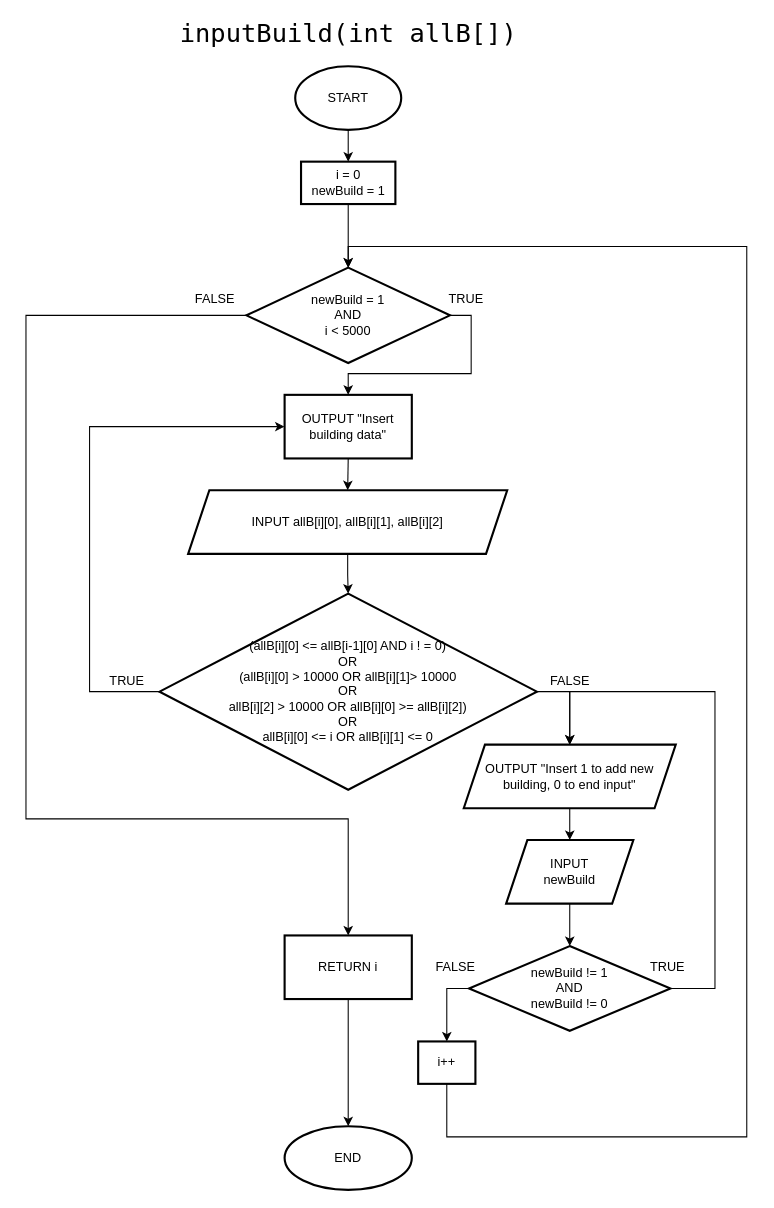
Before: page "inputBuild(int allB[])" (2 of 5) of Skyline.drawio in Rexrder/skyline, a draw.io diagram. Source tidied: cells renumbered, new cells numbered last; positions are measured from the earlier drawing's top-left corner, leaving out a move shared by most shapes. Both pictures are drawn from the tidied source at 106%, with x=0, y=0 at pixel (25, 18).
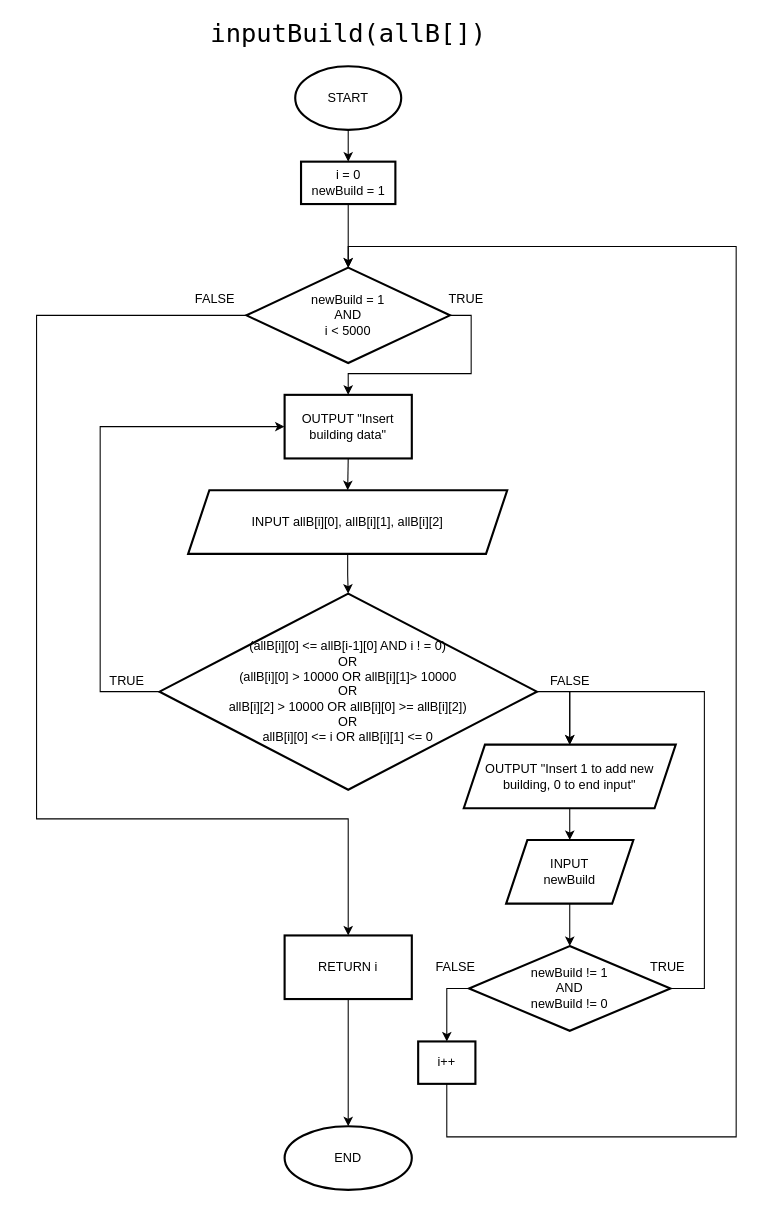
The same page after the edit.

Unchanged cells that the change refers to:
```xml
<mxCell id="10" value="(allB[i][0] &amp;lt;= allB[i-1][0] AND i ! = 0)&lt;br&gt;OR&lt;br&gt;(allB[i][0] &amp;gt; 10000 OR allB[i][1]&amp;gt; 10000&lt;br&gt;OR&lt;br&gt;allB[i][2] &amp;gt; 10000 OR allB[i][0] &amp;gt;= allB[i][2])&lt;br&gt;OR&lt;br&gt;allB[i][0] &amp;lt;= i OR allB[i][1] &amp;lt;= 0" style="rhombus;whiteSpace=wrap;html=1;strokeWidth=2;" parent="1" vertex="1">
  <mxGeometry x="126" y="542.5" width="356" height="185" as="geometry" />
</mxCell>
<mxCell id="14" value="OUTPUT &quot;Insert 1 to add new building, 0 to end input&quot;" style="shape=parallelogram;perimeter=parallelogramPerimeter;whiteSpace=wrap;html=1;fixedSize=1;strokeWidth=2;" parent="1" vertex="1">
  <mxGeometry x="413" y="685" width="200" height="60" as="geometry" />
</mxCell>
<mxCell id="19" value="newBuild != 1&lt;br&gt;AND&lt;br&gt;newBuild != 0" style="rhombus;whiteSpace=wrap;html=1;strokeWidth=2;" parent="1" vertex="1">
  <mxGeometry x="418" y="875" width="190" height="80" as="geometry" />
</mxCell>
<mxCell id="23" value="i++" style="whiteSpace=wrap;html=1;strokeWidth=2;" parent="1" vertex="1">
  <mxGeometry x="370" y="965" width="54" height="40" as="geometry" />
</mxCell>
<mxCell id="26" value="newBuild = 1&lt;br&gt;AND&lt;br&gt;i &amp;lt; 5000" style="rhombus;whiteSpace=wrap;html=1;strokeWidth=2;" parent="1" vertex="1">
  <mxGeometry x="208" y="235" width="192" height="90" as="geometry" />
</mxCell>
<mxCell id="31" value="OUTPUT &quot;Insert building data&quot;" style="whiteSpace=wrap;html=1;strokeWidth=2;" parent="1" vertex="1">
  <mxGeometry x="244" y="355" width="120" height="60" as="geometry" />
</mxCell>
<mxCell id="34" value="RETURN i" style="whiteSpace=wrap;html=1;strokeWidth=2;" parent="1" vertex="1">
  <mxGeometry x="244" y="865" width="120" height="60" as="geometry" />
</mxCell>
```

Change to the diagram source:
```diff
@@
     <mxCell id="8" style="edgeStyle=orthogonalEdgeStyle;rounded=0;jettySize=auto;html=1;exitX=0;exitY=0.5;exitDx=0;exitDy=0;entryX=0;entryY=0.5;entryDx=0;entryDy=0;" parent="1" edge="1" source="10" target="31">
       <mxGeometry relative="1" as="geometry">
         <Array as="points">
-          <mxPoint x="60" y="635" />
-          <mxPoint x="60" y="385" />
+          <mxPoint x="70" y="635" />
+          <mxPoint x="70" y="385" />
         </Array>
       </mxGeometry>
     </mxCell>
@@
     <mxCell id="18" style="edgeStyle=orthogonalEdgeStyle;rounded=0;jettySize=auto;html=1;exitX=1;exitY=0.5;exitDx=0;exitDy=0;entryX=0.5;entryY=0;entryDx=0;entryDy=0;fontFamily=Lucida Console;fontSize=24;" parent="1" edge="1" source="19" target="14">
       <mxGeometry relative="1" as="geometry">
         <Array as="points">
-          <mxPoint x="650" y="915" />
-          <mxPoint x="650" y="635" />
+          <mxPoint x="640" y="915" />
+          <mxPoint x="640" y="635" />
           <mxPoint x="513" y="635" />
         </Array>
       </mxGeometry>
     </mxCell>
@@
     <mxCell id="22" style="edgeStyle=orthogonalEdgeStyle;rounded=0;jettySize=auto;html=1;exitX=0.5;exitY=1;exitDx=0;exitDy=0;entryX=0.5;entryY=0;entryDx=0;entryDy=0;" parent="1" edge="1" source="23" target="26">
       <mxGeometry relative="1" as="geometry">
         <Array as="points">
           <mxPoint x="397" y="1055" />
-          <mxPoint x="680" y="1055" />
-          <mxPoint x="680" y="215" />
+          <mxPoint x="670" y="1055" />
+          <mxPoint x="670" y="215" />
           <mxPoint x="304" y="215" />
         </Array>
       </mxGeometry>
     </mxCell>
@@
     <mxCell id="25" style="edgeStyle=orthogonalEdgeStyle;rounded=0;jettySize=auto;html=1;" parent="1" edge="1" source="26" target="34">
       <mxGeometry relative="1" as="geometry">
         <Array as="points">
-          <mxPoint y="280" />
-          <mxPoint y="755" />
+          <mxPoint x="10" y="280" />
+          <mxPoint x="10" y="755" />
           <mxPoint x="304" y="755" />
         </Array>
       </mxGeometry>
     </mxCell>
@@
-    <mxCell id="32" value="inputBuild(int allB[])" style="text;html=1;align=center;verticalAlign=middle;rounded=0;fontFamily=Lucida Console;fontSize=24;horizontal=1;" parent="1" vertex="1">
-      <mxGeometry x="139" width="330" height="30" as="geometry" />
+    <mxCell id="32" value="inputBuild(allB[])" style="text;html=1;align=center;verticalAlign=middle;rounded=0;fontFamily=Lucida Console;fontSize=24;horizontal=1;" parent="1" vertex="1">
+      <mxGeometry x="164" width="280" height="30" as="geometry" />
     </mxCell>
```
